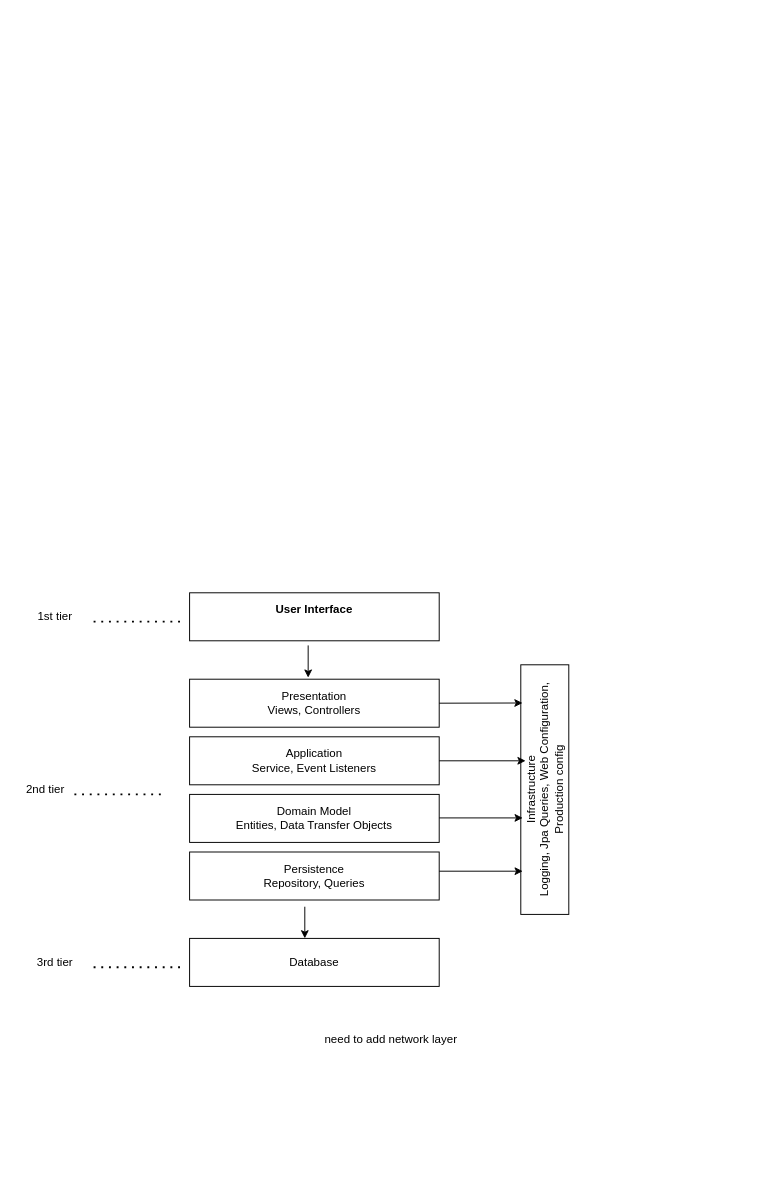
This is page "arhitecture" (5 of 8) of use_case_diagram.drawio from ErikaRusznak/piazza-ecommerce, a draw.io file, before an edit. Source tidied: cells renumbered, new cells numbered last; positions are measured from the earlier drawing's top-left corner, leaving out a move shared by most shapes. Both pictures are drawn from the tidied source at 96%, with x=0, y=0 at pixel (16, 592). Pictures stored in the file or linked from it are replaced by grey dashed boxes.
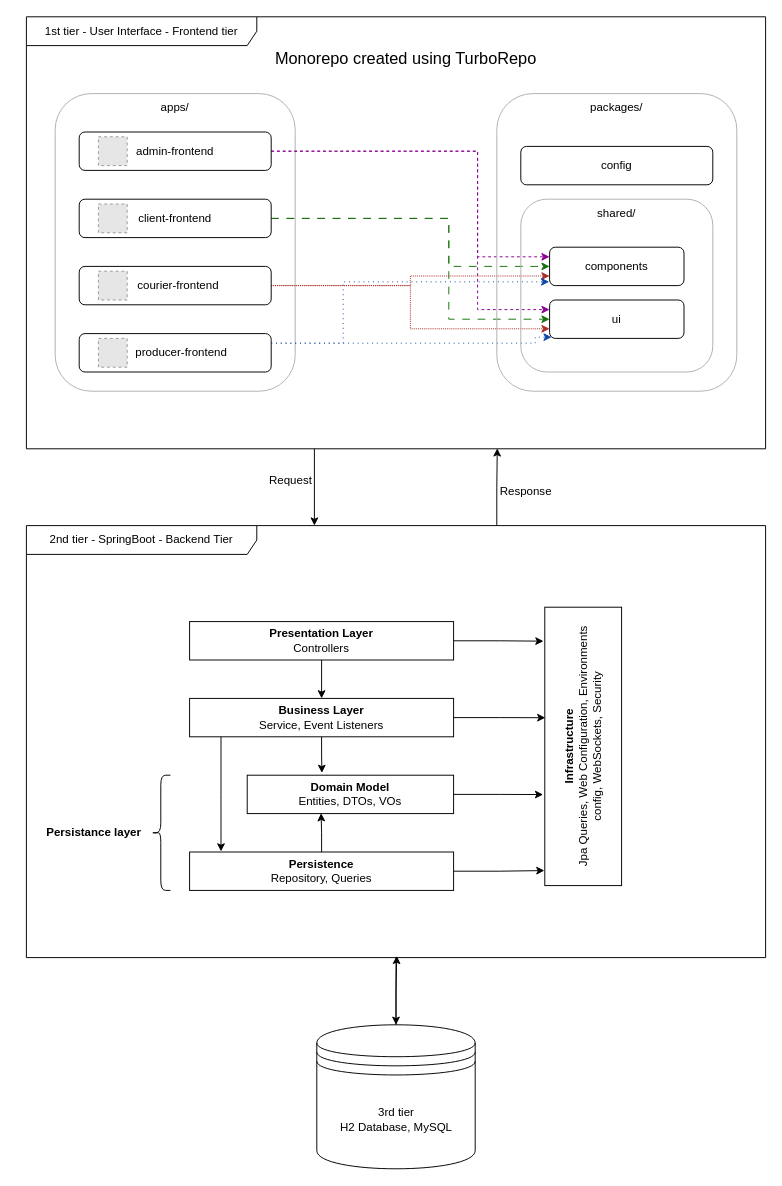
Above is the later version.

Commit message:
Add System Architecture

Change to the diagram source:
```diff
@@
-    <mxCell id="2" value="&lt;b&gt;User Interface&lt;br&gt;&lt;br&gt;&lt;/b&gt;" style="rounded=0;whiteSpace=wrap;html=1;" parent="1" vertex="1">
-      <mxGeometry x="180" width="260" height="50" as="geometry" />
-    </mxCell>
-    <mxCell id="3" value="Presentation&lt;br&gt;Views, Controllers" style="rounded=0;whiteSpace=wrap;html=1;" parent="1" vertex="1">
-      <mxGeometry x="180" y="90" width="260" height="50" as="geometry" />
-    </mxCell>
-    <mxCell id="4" value="Application&lt;br&gt;Service, Event Listeners" style="rounded=0;whiteSpace=wrap;html=1;" parent="1" vertex="1">
-      <mxGeometry x="180" y="150" width="260" height="50" as="geometry" />
-    </mxCell>
-    <mxCell id="5" value="Domain Model&lt;br&gt;Entities, Data Transfer Objects" style="rounded=0;whiteSpace=wrap;html=1;" parent="1" vertex="1">
-      <mxGeometry x="180" y="210" width="260" height="50" as="geometry" />
-    </mxCell>
+    <mxCell id="22" value="1st tier - User Interface - Frontend tier" style="shape=umlFrame;whiteSpace=wrap;html=1;width=240;height=30;" parent="1" vertex="1">
+      <mxGeometry x="10" y="-600" width="770" height="450" as="geometry" />
+    </mxCell>
+    <mxCell id="23" value="&lt;font style=&quot;font-size: 17px;&quot;&gt;Monorepo created using TurboRepo&lt;/font&gt;" style="text;html=1;align=center;verticalAlign=middle;strokeColor=none;fillColor=none;strokeWidth=5;perimeterSpacing=3;" parent="1" vertex="1">
+      <mxGeometry x="255" y="-570" width="300" height="30" as="geometry" />
+    </mxCell>
+    <mxCell id="24" style="rounded=1;whiteSpace=wrap;html=1;fillColor=none;strokeColor=#B0B0B0;" parent="1" vertex="1">
+      <mxGeometry x="40" y="-520" width="250" height="310" as="geometry" />
+    </mxCell>
+    <mxCell id="25" style="edgeStyle=orthogonalEdgeStyle;rounded=0;jettySize=auto;html=1;entryX=0;entryY=0.25;entryDx=0;entryDy=0;dashed=1;strokeColor=#8A0294;" parent="1" edge="1" source="27" target="47">
+      <mxGeometry relative="1" as="geometry">
+        <Array as="points">
+          <mxPoint x="480" y="-460" />
+          <mxPoint x="480" y="-350" />
+        </Array>
+      </mxGeometry>
+    </mxCell>
+    <mxCell id="26" style="edgeStyle=orthogonalEdgeStyle;rounded=0;jettySize=auto;html=1;entryX=0;entryY=0.25;entryDx=0;entryDy=0;dashed=1;fillColor=#ffcc99;strokeColor=#8A0294;" parent="1" edge="1" source="27" target="44">
+      <mxGeometry relative="1" as="geometry">
+        <Array as="points">
+          <mxPoint x="480" y="-460" />
+          <mxPoint x="480" y="-295" />
+        </Array>
+      </mxGeometry>
+    </mxCell>
+    <mxCell id="27" value="admin-frontend" style="rounded=1;whiteSpace=wrap;html=1;" parent="1" vertex="1">
+      <mxGeometry x="65" y="-480" width="200" height="40" as="geometry" />
+    </mxCell>
+    <mxCell id="28" style="edgeStyle=orthogonalEdgeStyle;rounded=0;jettySize=auto;html=1;entryX=0;entryY=0.5;entryDx=0;entryDy=0;dashed=1;dashPattern=8 8;strokeColor=#157309;" parent="1" edge="1" source="30" target="47">
+      <mxGeometry relative="1" as="geometry">
+        <Array as="points">
+          <mxPoint x="450" y="-390" />
+          <mxPoint x="450" y="-340" />
+        </Array>
+      </mxGeometry>
+    </mxCell>
+    <mxCell id="29" style="edgeStyle=orthogonalEdgeStyle;rounded=0;jettySize=auto;html=1;entryX=0;entryY=0.5;entryDx=0;entryDy=0;dashed=1;dashPattern=8 8;fillColor=#ffcccc;strokeColor=#157309;" parent="1" edge="1" source="30" target="44">
+      <mxGeometry relative="1" as="geometry">
+        <Array as="points">
+          <mxPoint x="450" y="-390" />
+          <mxPoint x="450" y="-285" />
+        </Array>
+      </mxGeometry>
+    </mxCell>
+    <mxCell id="30" value="client-frontend" style="rounded=1;whiteSpace=wrap;html=1;" parent="1" vertex="1">
+      <mxGeometry x="65" y="-410" width="200" height="40" as="geometry" />
+    </mxCell>
+    <mxCell id="31" style="edgeStyle=orthogonalEdgeStyle;rounded=0;jettySize=auto;html=1;entryX=0;entryY=0.75;entryDx=0;entryDy=0;dashed=1;dashPattern=1 1;strokeColor=#AB2E26;" parent="1" edge="1" source="33" target="47">
+      <mxGeometry relative="1" as="geometry" />
+    </mxCell>
+    <mxCell id="32" style="edgeStyle=orthogonalEdgeStyle;rounded=0;jettySize=auto;html=1;entryX=0;entryY=0.75;entryDx=0;entryDy=0;dashed=1;dashPattern=1 1;strokeColor=#AB2E26;" parent="1" edge="1" source="33" target="44">
+      <mxGeometry relative="1" as="geometry" />
+    </mxCell>
+    <mxCell id="33" value="&amp;nbsp; courier-frontend" style="rounded=1;whiteSpace=wrap;html=1;" parent="1" vertex="1">
+      <mxGeometry x="65" y="-340" width="200" height="40" as="geometry" />
+    </mxCell>
+    <mxCell id="34" style="edgeStyle=orthogonalEdgeStyle;rounded=0;jettySize=auto;html=1;entryX=0.015;entryY=0.968;entryDx=0;entryDy=0;dashed=1;dashPattern=1 4;exitX=1;exitY=0.25;exitDx=0;exitDy=0;entryPerimeter=0;strokeColor=#0F48AB;" parent="1" edge="1" source="35" target="44">
+      <mxGeometry relative="1" as="geometry">
+        <Array as="points">
+          <mxPoint x="540" y="-260" />
+          <mxPoint x="540" y="-266" />
+        </Array>
+      </mxGeometry>
+    </mxCell>
+    <mxCell id="35" value="&amp;nbsp; &amp;nbsp; producer-frontend" style="rounded=1;whiteSpace=wrap;html=1;" parent="1" vertex="1">
+      <mxGeometry x="65" y="-270" width="200" height="40" as="geometry" />
+    </mxCell>
+    <mxCell id="36" value="apps/" style="text;html=1;align=center;verticalAlign=middle;whiteSpace=wrap;rounded=0;" parent="1" vertex="1">
+      <mxGeometry x="135" y="-520" width="60" height="30" as="geometry" />
+    </mxCell>
+    <mxCell id="37" style="fillColor=#E6E6E6;strokeColor=#999999;dashed=1;verticalLabelPosition=bottom;verticalAlign=top;" parent="1" vertex="1">
+      <mxGeometry x="85" y="-475" width="30" height="30" as="geometry" />
+    </mxCell>
+    <mxCell id="38" style="fillColor=#E6E6E6;strokeColor=#999999;dashed=1;verticalLabelPosition=bottom;verticalAlign=top;" parent="1" vertex="1">
+      <mxGeometry x="85" y="-405" width="30" height="30" as="geometry" />
+    </mxCell>
+    <mxCell id="39" style="fillColor=#E6E6E6;strokeColor=#999999;dashed=1;verticalLabelPosition=bottom;verticalAlign=top;" parent="1" vertex="1">
+      <mxGeometry x="85" y="-335" width="30" height="30" as="geometry" />
+    </mxCell>
+    <mxCell id="40" style="rounded=1;whiteSpace=wrap;html=1;fillColor=none;strokeColor=#B0B0B0;" parent="1" vertex="1">
+      <mxGeometry x="500" y="-520" width="250" height="310" as="geometry" />
+    </mxCell>
+    <mxCell id="41" style="fillColor=#E6E6E6;strokeColor=#999999;dashed=1;verticalLabelPosition=bottom;verticalAlign=top;" parent="1" vertex="1">
+      <mxGeometry x="85" y="-265" width="30" height="30" as="geometry" />
+    </mxCell>
+    <mxCell id="42" style="rounded=1;whiteSpace=wrap;html=1;fillColor=none;strokeColor=#B0B0B0;" parent="1" vertex="1">
+      <mxGeometry x="525" y="-410" width="200" height="180" as="geometry" />
+    </mxCell>
+    <mxCell id="43" value="packages/" style="text;html=1;align=center;verticalAlign=middle;whiteSpace=wrap;rounded=0;" parent="1" vertex="1">
+      <mxGeometry x="595" y="-520" width="60" height="30" as="geometry" />
+    </mxCell>
+    <mxCell id="44" value="ui" style="rounded=1;whiteSpace=wrap;html=1;" parent="1" vertex="1">
+      <mxGeometry x="555" y="-305" width="140" height="40" as="geometry" />
+    </mxCell>
+    <mxCell id="45" value="shared/" style="text;html=1;align=center;verticalAlign=middle;whiteSpace=wrap;rounded=0;" parent="1" vertex="1">
+      <mxGeometry x="595" y="-410" width="60" height="30" as="geometry" />
+    </mxCell>
+    <mxCell id="46" value="config" style="rounded=1;whiteSpace=wrap;html=1;" parent="1" vertex="1">
+      <mxGeometry x="525" y="-465" width="200" height="40" as="geometry" />
+    </mxCell>
+    <mxCell id="47" value="components" style="rounded=1;whiteSpace=wrap;html=1;" parent="1" vertex="1">
+      <mxGeometry x="555" y="-360" width="140" height="40" as="geometry" />
+    </mxCell>
+    <mxCell id="48" style="edgeStyle=orthogonalEdgeStyle;rounded=0;jettySize=auto;html=1;entryX=-0.003;entryY=0.902;entryDx=0;entryDy=0;entryPerimeter=0;dashed=1;dashPattern=1 4;strokeColor=#0F48AB;" parent="1" edge="1" source="35" target="47">
+      <mxGeometry relative="1" as="geometry">
+        <Array as="points">
+          <mxPoint x="340" y="-260" />
+          <mxPoint x="340" y="-324" />
+        </Array>
+      </mxGeometry>
+    </mxCell>
+    <mxCell id="49" style="edgeStyle=orthogonalEdgeStyle;rounded=0;jettySize=auto;html=1;entryX=0.5;entryY=0;entryDx=0;entryDy=0;" parent="1" edge="1" source="50" target="57">
+      <mxGeometry relative="1" as="geometry">
+        <Array as="points">
+          <mxPoint x="395" y="400" />
+          <mxPoint x="395" y="400" />
+        </Array>
+      </mxGeometry>
+    </mxCell>
+    <mxCell id="50" value="2nd tier - SpringBoot - Backend Tier" style="shape=umlFrame;whiteSpace=wrap;html=1;width=240;height=30;" parent="1" vertex="1">
+      <mxGeometry x="10" y="-70" width="770" height="450" as="geometry" />
+    </mxCell>
+    <mxCell id="51" style="edgeStyle=orthogonalEdgeStyle;rounded=0;jettySize=auto;html=1;" parent="1" edge="1" source="22">
+      <mxGeometry relative="1" as="geometry">
+        <mxPoint x="310" y="-70" as="targetPoint" />
+        <Array as="points">
+          <mxPoint x="310" y="-70" />
+        </Array>
+      </mxGeometry>
+    </mxCell>
+    <mxCell id="52" style="edgeStyle=orthogonalEdgeStyle;rounded=0;jettySize=auto;html=1;entryX=0.5;entryY=0;entryDx=0;entryDy=0;" parent="1" edge="1" source="53" target="54">
+      <mxGeometry relative="1" as="geometry" />
+    </mxCell>
+    <mxCell id="53" value="&lt;b&gt;Presentation Layer&lt;/b&gt;&lt;br&gt;Controllers" style="rounded=0;whiteSpace=wrap;html=1;" parent="1" vertex="1">
+      <mxGeometry x="180" y="30" width="275" height="40" as="geometry" />
+    </mxCell>
+    <mxCell id="54" value="&lt;b&gt;Business Layer&lt;br&gt;&lt;/b&gt;Service, Event Listeners" style="rounded=0;whiteSpace=wrap;html=1;" parent="1" vertex="1">
+      <mxGeometry x="180" y="110" width="275" height="40" as="geometry" />
+    </mxCell>
+    <mxCell id="55" value="&lt;b&gt;Domain Model&lt;br&gt;&lt;/b&gt;Entities, DTOs, VOs" style="rounded=0;whiteSpace=wrap;html=1;" parent="1" vertex="1">
+      <mxGeometry x="240" y="190" width="215" height="40" as="geometry" />
+    </mxCell>
-    <mxCell id="6" value="Persistence&lt;br&gt;Repository, Queries" style="rounded=0;whiteSpace=wrap;html=1;" parent="1" vertex="1">
-      <mxGeometry x="180" y="270" width="260" height="50" as="geometry" />
+    <mxCell id="6" value="&lt;b&gt;Persistence&lt;br&gt;&lt;/b&gt;Repository, Queries" style="rounded=0;whiteSpace=wrap;html=1;" parent="1" vertex="1">
+      <mxGeometry x="180" y="270" width="275" height="40" as="geometry" />
     </mxCell>
-    <mxCell id="7" value="Database" style="rounded=0;whiteSpace=wrap;html=1;" parent="1" vertex="1">
-      <mxGeometry x="180" y="360" width="260" height="50" as="geometry" />
-    </mxCell>
-    <mxCell id="8" value="Infrastructure&lt;br&gt;Logging, Jpa Queries, Web Configuration, Production config&lt;br&gt;" style="rounded=0;whiteSpace=wrap;html=1;rotation=-90;" parent="1" vertex="1">
-      <mxGeometry x="420" y="180" width="260" height="50" as="geometry" />
-    </mxCell>
-    <mxCell id="9" style="endArrow=classic;html=1;rounded=0;exitX=1;exitY=0.5;exitDx=0;exitDy=0;entryX=0.847;entryY=0.036;entryDx=0;entryDy=0;entryPerimeter=0;" parent="1" edge="1" source="3" target="8">
-      <mxGeometry relative="1" as="geometry" />
-    </mxCell>
-    <mxCell id="10" style="endArrow=classic;html=1;rounded=0;exitX=1;exitY=0.5;exitDx=0;exitDy=0;" parent="1" edge="1" source="4">
-      <mxGeometry relative="1" as="geometry">
-        <mxPoint x="530" y="175" as="targetPoint" />
-      </mxGeometry>
-    </mxCell>
-    <mxCell id="11" style="endArrow=classic;html=1;rounded=0;exitX=1;exitY=0.5;exitDx=0;exitDy=0;entryX=0.847;entryY=0.036;entryDx=0;entryDy=0;entryPerimeter=0;" parent="1" edge="1">
-      <mxGeometry relative="1" as="geometry">
-        <mxPoint x="440" y="234.5" as="sourcePoint" />
-        <mxPoint x="527" y="234.5" as="targetPoint" />
-      </mxGeometry>
-    </mxCell>
-    <mxCell id="12" style="endArrow=classic;html=1;rounded=0;exitX=1;exitY=0.5;exitDx=0;exitDy=0;entryX=0.847;entryY=0.036;entryDx=0;entryDy=0;entryPerimeter=0;" parent="1" edge="1">
-      <mxGeometry relative="1" as="geometry">
-        <mxPoint x="440" y="290" as="sourcePoint" />
-        <mxPoint x="527" y="290" as="targetPoint" />
-      </mxGeometry>
-    </mxCell>
-    <mxCell id="13" style="endArrow=classic;html=1;rounded=0;exitX=0.475;exitY=1.096;exitDx=0;exitDy=0;exitPerimeter=0;entryX=0.475;entryY=-0.032;entryDx=0;entryDy=0;entryPerimeter=0;" parent="1" edge="1" source="2" target="3">
-      <mxGeometry relative="1" as="geometry" />
-    </mxCell>
-    <mxCell id="14" style="endArrow=classic;html=1;rounded=0;exitX=0.475;exitY=1.096;exitDx=0;exitDy=0;exitPerimeter=0;entryX=0.475;entryY=-0.032;entryDx=0;entryDy=0;entryPerimeter=0;" parent="1" edge="1">
-      <mxGeometry relative="1" as="geometry">
-        <mxPoint x="300" y="327" as="sourcePoint" />
-        <mxPoint x="300" y="360" as="targetPoint" />
-      </mxGeometry>
-    </mxCell>
-    <mxCell id="15" style="endArrow=none;dashed=1;html=1;dashPattern=1 3;strokeWidth=2;rounded=0;" parent="1" edge="1">
-      <mxGeometry relative="1" as="geometry">
-        <mxPoint x="170" y="30" as="sourcePoint" />
-        <mxPoint x="80" y="30" as="targetPoint" />
-      </mxGeometry>
-    </mxCell>
-    <mxCell id="16" value="1st tier" style="text;html=1;strokeColor=none;fillColor=none;align=center;verticalAlign=middle;whiteSpace=wrap;rounded=0;" parent="1" vertex="1">
-      <mxGeometry x="10" y="10" width="60" height="30" as="geometry" />
-    </mxCell>
-    <mxCell id="17" style="endArrow=none;dashed=1;html=1;dashPattern=1 3;strokeWidth=2;rounded=0;" parent="1" edge="1">
-      <mxGeometry relative="1" as="geometry">
-        <mxPoint x="150" y="210" as="sourcePoint" />
-        <mxPoint x="60" y="210" as="targetPoint" />
-      </mxGeometry>
-    </mxCell>
-    <mxCell id="18" value="2nd tier" style="text;html=1;strokeColor=none;fillColor=none;align=center;verticalAlign=middle;whiteSpace=wrap;rounded=0;" parent="1" vertex="1">
-      <mxGeometry y="190" width="60" height="30" as="geometry" />
-    </mxCell>
-    <mxCell id="19" style="endArrow=none;dashed=1;html=1;dashPattern=1 3;strokeWidth=2;rounded=0;" parent="1" edge="1">
-      <mxGeometry relative="1" as="geometry">
-        <mxPoint x="170" y="390" as="sourcePoint" />
-        <mxPoint x="80" y="390" as="targetPoint" />
-      </mxGeometry>
-    </mxCell>
-    <mxCell id="20" value="3rd tier" style="text;html=1;strokeColor=none;fillColor=none;align=center;verticalAlign=middle;whiteSpace=wrap;rounded=0;" parent="1" vertex="1">
-      <mxGeometry x="10" y="370" width="60" height="30" as="geometry" />
-    </mxCell>
-    <mxCell id="21" value="need to add network layer" style="text;html=1;strokeColor=none;fillColor=none;align=center;verticalAlign=middle;whiteSpace=wrap;rounded=0;" parent="1" vertex="1">
-      <mxGeometry x="270" y="450" width="240" height="30" as="geometry" />
-    </mxCell>
+    <mxCell id="56" value="&lt;b&gt;Infrastructure&lt;/b&gt;&lt;br&gt;Jpa Queries, Web Configuration, Environments config, WebSockets, Security" style="rounded=0;whiteSpace=wrap;html=1;rotation=-90;" parent="1" vertex="1">
+      <mxGeometry x="445" y="120" width="290" height="80" as="geometry" />
+    </mxCell>
+    <mxCell id="57" value="3rd tier&lt;div&gt;H2 Database, MySQL&lt;/div&gt;" style="shape=datastore;whiteSpace=wrap;html=1;" parent="1" vertex="1">
+      <mxGeometry x="312.5" y="450" width="165" height="150" as="geometry" />
+    </mxCell>
+    <mxCell id="58" style="edgeStyle=orthogonalEdgeStyle;rounded=0;jettySize=auto;html=1;entryX=0.327;entryY=-0.022;entryDx=0;entryDy=0;entryPerimeter=0;" parent="1" edge="1" source="55" target="56">
+      <mxGeometry relative="1" as="geometry" />
+    </mxCell>
+    <mxCell id="59" value="Request" style="text;html=1;align=center;verticalAlign=middle;strokeColor=none;fillColor=none;" parent="1" vertex="1">
+      <mxGeometry x="250" y="-132" width="70" height="30" as="geometry" />
+    </mxCell>
+    <mxCell id="60" style="edgeStyle=orthogonalEdgeStyle;rounded=0;jettySize=auto;html=1;entryX=0.637;entryY=0.999;entryDx=0;entryDy=0;entryPerimeter=0;" parent="1" edge="1" source="50" target="22">
+      <mxGeometry relative="1" as="geometry">
+        <Array as="points">
+          <mxPoint x="500" y="-110" />
+          <mxPoint x="501" y="-110" />
+        </Array>
+      </mxGeometry>
+    </mxCell>
+    <mxCell id="61" value="Response" style="text;html=1;align=center;verticalAlign=middle;strokeColor=none;fillColor=none;" parent="1" vertex="1">
+      <mxGeometry x="490" y="-120" width="80" height="30" as="geometry" />
+    </mxCell>
+    <mxCell id="62" style="edgeStyle=orthogonalEdgeStyle;rounded=0;jettySize=auto;html=1;entryX=0.878;entryY=-0.017;entryDx=0;entryDy=0;entryPerimeter=0;" parent="1" edge="1" source="53" target="56">
+      <mxGeometry relative="1" as="geometry" />
+    </mxCell>
+    <mxCell id="63" style="edgeStyle=orthogonalEdgeStyle;rounded=0;jettySize=auto;html=1;entryX=0.603;entryY=0.007;entryDx=0;entryDy=0;entryPerimeter=0;" parent="1" edge="1" source="54" target="56">
+      <mxGeometry relative="1" as="geometry" />
+    </mxCell>
+    <mxCell id="64" style="edgeStyle=orthogonalEdgeStyle;rounded=0;jettySize=auto;html=1;entryX=0.054;entryY=-0.005;entryDx=0;entryDy=0;entryPerimeter=0;" parent="1" edge="1" source="6" target="56">
+      <mxGeometry relative="1" as="geometry" />
+    </mxCell>
+    <mxCell id="65" style="edgeStyle=orthogonalEdgeStyle;rounded=0;jettySize=auto;html=1;entryX=0.362;entryY=-0.06;entryDx=0;entryDy=0;entryPerimeter=0;" parent="1" edge="1" source="54" target="55">
+      <mxGeometry relative="1" as="geometry" />
+    </mxCell>
+    <mxCell id="66" style="edgeStyle=orthogonalEdgeStyle;rounded=0;jettySize=auto;html=1;entryX=0.119;entryY=-0.015;entryDx=0;entryDy=0;entryPerimeter=0;" parent="1" edge="1" source="54" target="6">
+      <mxGeometry relative="1" as="geometry">
+        <Array as="points">
+          <mxPoint x="213" y="210" />
+        </Array>
+      </mxGeometry>
+    </mxCell>
+    <mxCell id="67" style="edgeStyle=orthogonalEdgeStyle;rounded=0;jettySize=auto;html=1;entryX=0.358;entryY=0.99;entryDx=0;entryDy=0;entryPerimeter=0;" parent="1" edge="1" source="6" target="55">
+      <mxGeometry relative="1" as="geometry" />
+    </mxCell>
+    <mxCell id="68" style="edgeStyle=orthogonalEdgeStyle;rounded=0;jettySize=auto;html=1;entryX=0.501;entryY=0.996;entryDx=0;entryDy=0;entryPerimeter=0;" parent="1" edge="1" source="57" target="50">
+      <mxGeometry relative="1" as="geometry" />
+    </mxCell>
+    <mxCell id="69" value="Persistance layer" style="text;html=1;align=center;verticalAlign=middle;strokeColor=none;fillColor=none;fontStyle=1;" parent="1" vertex="1">
+      <mxGeometry x="20" y="235" width="120" height="30" as="geometry" />
+    </mxCell>
+    <mxCell id="70" style="shape=curlyBracket;whiteSpace=wrap;html=1;rounded=1;labelPosition=left;verticalLabelPosition=middle;align=right;verticalAlign=middle;" parent="1" vertex="1">
+      <mxGeometry x="140" y="190" width="20" height="120" as="geometry" />
+    </mxCell>
```
